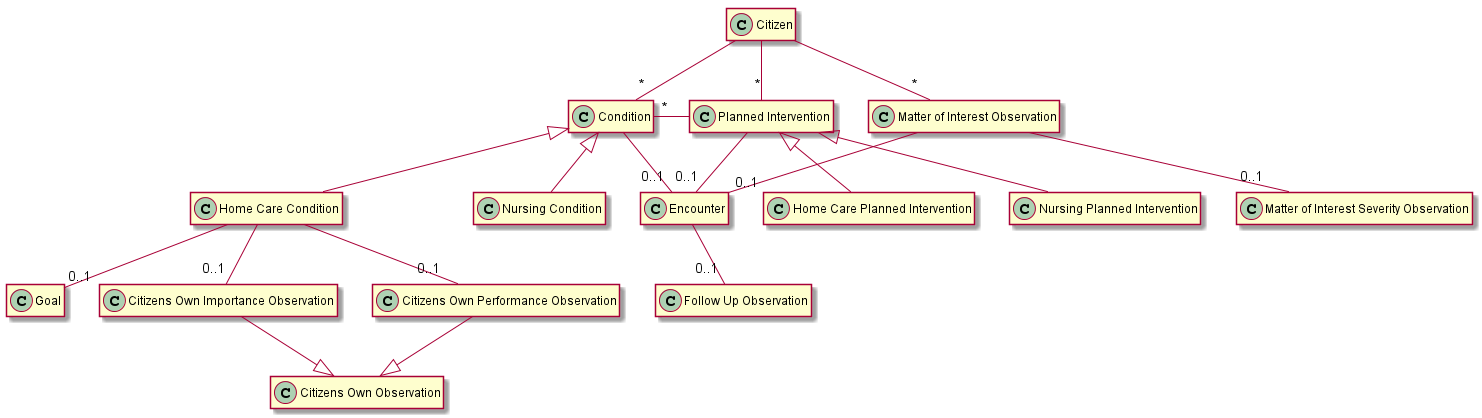
Earlier version of the PlantUML export fsh/ig-data/input/images/GatewayModel.png (tmh-mjolner/KLGateway). The source it was exported from:
```plantuml
@startuml GatewayModel

hide empty members

class "Citizen" as citizen
class "Condition" as condition
class "Home Care Condition" as homeCareCondition
class "Nursing Condition" as nursingCondition
class "Goal" as goal
class "Citizens Own Observation" as citizensOwnObservation
class "Citizens Own Importance Observation" as citizensOwnImportanceObservation
class "Citizens Own Performance Observation" as citizensOwnPerformanceObservation
class "Planned Intervention" as carePlannedIntervention
class "Home Care Planned Intervention" as homeCarePlannedIntervention
class "Nursing Planned Intervention" as nursingPlannedIntervention
class "Encounter" as encounter
class "Follow Up Observation" as careFollowUpObservation
class "Matter of Interest Observation" as matterOfInterestObservation
class "Matter of Interest Severity Observation" as matterOfInterestSeverityObservation

citizen --"*" condition

condition <|-- homeCareCondition
condition <|-- nursingCondition

homeCareCondition --"0..1" goal

homeCareCondition --"0..1" citizensOwnImportanceObservation
homeCareCondition --"0..1" citizensOwnPerformanceObservation

citizensOwnImportanceObservation --|> citizensOwnObservation
citizensOwnPerformanceObservation --|> citizensOwnObservation

condition --"0..1" encounter

citizen --"*" carePlannedIntervention
condition "*"- carePlannedIntervention
carePlannedIntervention --"0..1" encounter

carePlannedIntervention <|-- homeCarePlannedIntervention
carePlannedIntervention <|-- nursingPlannedIntervention

encounter --"0..1" careFollowUpObservation

citizen --"*" matterOfInterestObservation

matterOfInterestObservation --"0..1" encounter
matterOfInterestObservation --"0..1" matterOfInterestSeverityObservation
@enduml
```
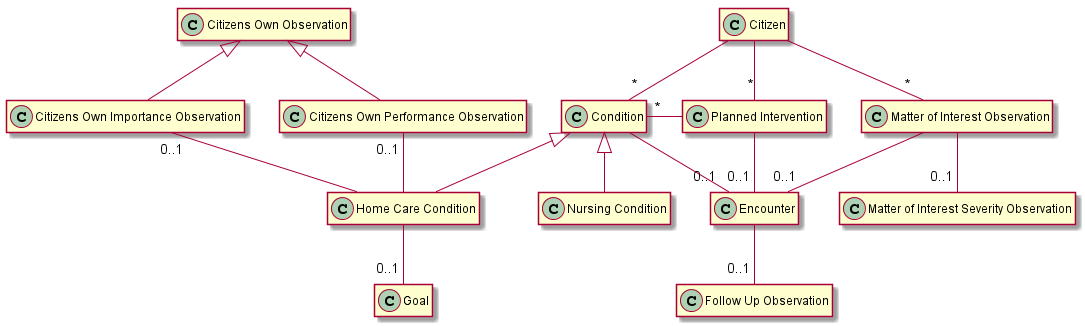
After the change.

Change to the diagram source:
```diff
@@ -11,8 +11,6 @@
 class "Citizens Own Importance Observation" as citizensOwnImportanceObservation
 class "Citizens Own Performance Observation" as citizensOwnPerformanceObservation
 class "Planned Intervention" as carePlannedIntervention
-class "Home Care Planned Intervention" as homeCarePlannedIntervention
-class "Nursing Planned Intervention" as nursingPlannedIntervention
 class "Encounter" as encounter
 class "Follow Up Observation" as careFollowUpObservation
 class "Matter of Interest Observation" as matterOfInterestObservation
@@ -25,11 +23,11 @@
 
 homeCareCondition --"0..1" goal
 
-homeCareCondition --"0..1" citizensOwnImportanceObservation
-homeCareCondition --"0..1" citizensOwnPerformanceObservation
+citizensOwnImportanceObservation "0..1"-- homeCareCondition
+citizensOwnPerformanceObservation "0..1"-- homeCareCondition
 
-citizensOwnImportanceObservation --|> citizensOwnObservation
-citizensOwnPerformanceObservation --|> citizensOwnObservation
+citizensOwnObservation <|-- citizensOwnImportanceObservation
+citizensOwnObservation <|-- citizensOwnPerformanceObservation
 
 condition --"0..1" encounter
 
@@ -37,8 +35,6 @@
 condition "*"- carePlannedIntervention
 carePlannedIntervention --"0..1" encounter
 
-carePlannedIntervention <|-- homeCarePlannedIntervention
-carePlannedIntervention <|-- nursingPlannedIntervention
 
 encounter --"0..1" careFollowUpObservation
 
```
